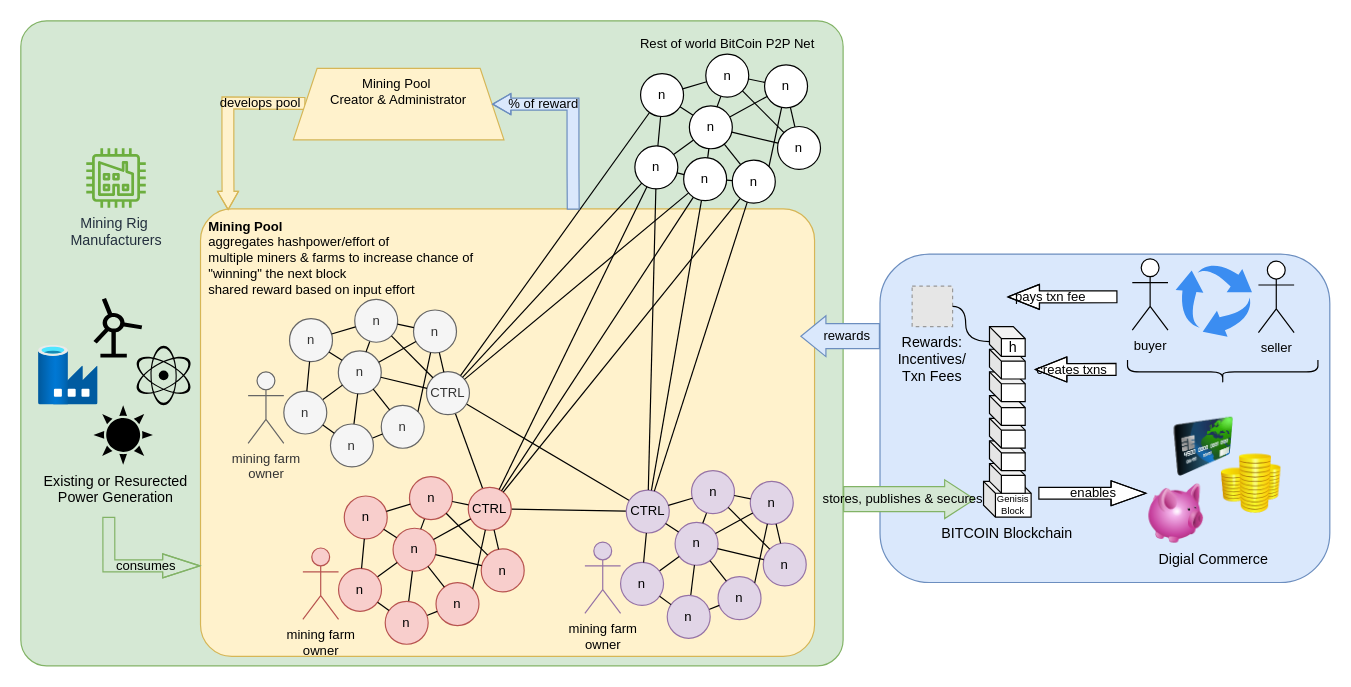
The draw.io diagram page "Stage 2 - Pools" (2 of 5) of source/macro.drawio in abs2023/tdocs, before the edit. Source tidied: cells renumbered, new cells numbered last; positions are measured from the earlier drawing's top-left corner, leaving out a move shared by most shapes. Both pictures are drawn from the tidied source at 119%, with x=0, y=0 at pixel (20, 20). Pictures stored in the file or linked from it are replaced by grey dashed boxes.
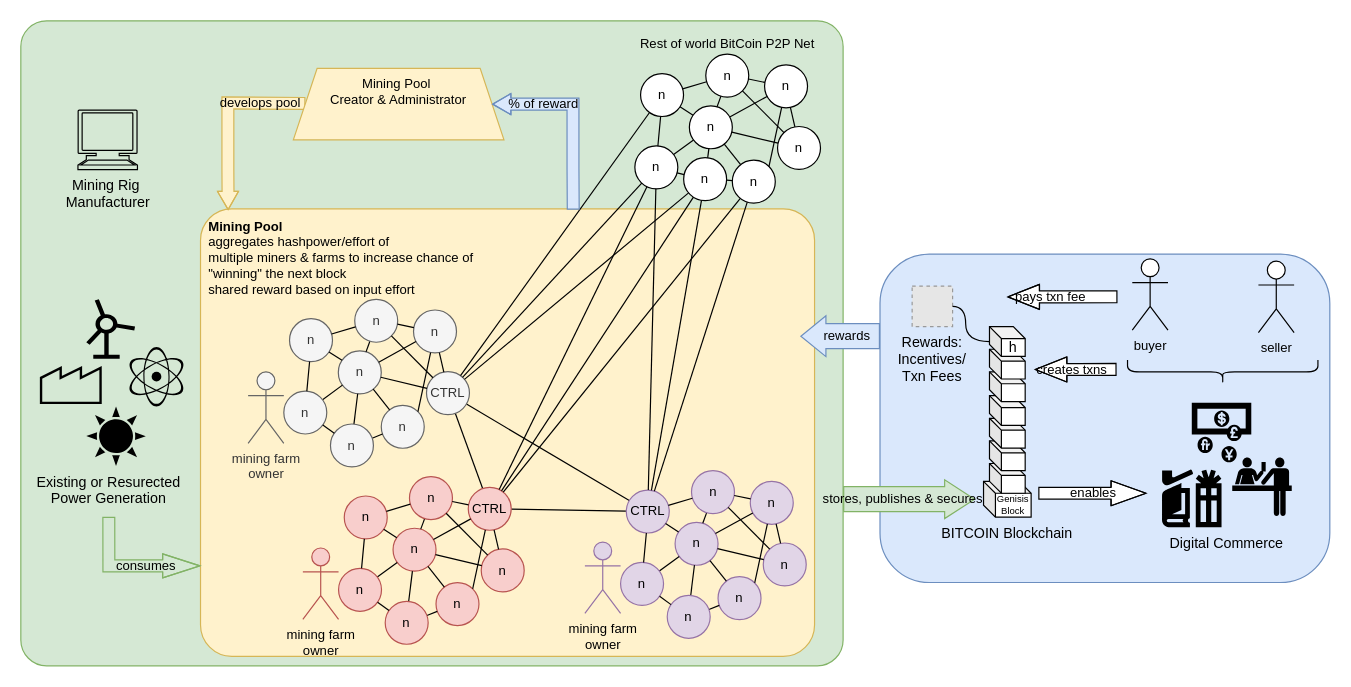
The same page after the edit.

Change to the diagram source:
```diff
@@
-    <mxCell id="4" value="Existing or Resurected&#10;Power Generation" style="group;labelPosition=center;verticalLabelPosition=bottom;align=center;verticalAlign=top;" parent="1" vertex="1">
-      <mxGeometry x="15" y="233" width="130" height="140" as="geometry" />
-    </mxCell>
-    <mxCell id="5" style="shape=mxgraph.signs.science.nuclear_2;html=1;fillColor=#000000;strokeColor=none;verticalLabelPosition=bottom;verticalAlign=top;align=center;sketch=0;fontSize=8;" parent="4" vertex="1">
-      <mxGeometry x="80" y="40" width="50" height="50" as="geometry" />
-    </mxCell>
-    <mxCell id="6" style="shape=mxgraph.signs.nature.sun_3;html=1;fillColor=#000000;strokeColor=none;verticalLabelPosition=bottom;verticalAlign=top;align=center;sketch=0;fontSize=8;" parent="4" vertex="1">
-      <mxGeometry x="46" y="90" width="50" height="50" as="geometry" />
-    </mxCell>
-    <mxCell id="7" style="html=1;align=center;image;fontSize=12;image=img/lib/azure2/databases/Data_Factory.svg;" parent="4" vertex="1">
-      <mxGeometry y="40" width="50" height="50" as="geometry" />
-    </mxCell>
-    <mxCell id="8" style="shape=mxgraph.signs.science.windmill;html=1;fillColor=#000000;strokeColor=none;verticalLabelPosition=bottom;verticalAlign=top;align=center;fontSize=8;" parent="4" vertex="1">
-      <mxGeometry x="46" width="41" height="50" as="geometry" />
-    </mxCell>
-    <mxCell id="9" value="Mining Rig&amp;nbsp;&lt;br&gt;Manufacturers" style="sketch=0;fontColor=#232F3E;gradientColor=none;fillColor=#6CAE3E;strokeColor=none;dashed=0;verticalLabelPosition=bottom;verticalAlign=top;align=center;html=1;fontSize=12;fontStyle=0;shape=mxgraph.aws4.factory;labelBackgroundColor=none;" parent="1" vertex="1">
-      <mxGeometry x="55" y="107" width="50" height="50" as="geometry" />
-    </mxCell>
@@
-    <mxCell id="129" value="Digial Commerce&#10;" style="group;labelPosition=center;verticalLabelPosition=bottom;align=center;verticalAlign=top;" parent="1" vertex="1">
-      <mxGeometry x="946" y="333" width="113" height="106" as="geometry" />
-    </mxCell>
-    <mxCell id="130" style="image;html=1;image=img/lib/clip_art/finance/Coins_128x128.png;fontSize=8;align=center;verticalAlign=bottom;" parent="129" vertex="1">
-      <mxGeometry x="63" y="31" width="50" height="50" as="geometry" />
-    </mxCell>
-    <mxCell id="131" style="image;html=1;image=img/lib/clip_art/finance/Piggy_Bank_128x128.png;fontSize=8;align=center;verticalAlign=bottom;" parent="129" vertex="1">
-      <mxGeometry y="56" width="50" height="50" as="geometry" />
-    </mxCell>
-    <mxCell id="132" style="image;html=1;image=img/lib/clip_art/finance/Credit_Card_128x128.png;fontSize=8;align=center;verticalAlign=bottom;" parent="129" vertex="1">
-      <mxGeometry x="23" width="50" height="50" as="geometry" />
-    </mxCell>
@@
-    <mxCell id="144" value="enables" style="shape=flexArrow;endArrow=classic;html=1;rounded=0;fontSize=11;endWidth=10;endSize=9.441666666666666;labelBackgroundColor=none;entryX=0;entryY=0.16;entryDx=0;entryDy=0;entryPerimeter=0;fillColor=#FFFFFF;" parent="1" edge="1" target="131">
+    <mxCell id="144" value="enables" style="shape=flexArrow;endArrow=classic;html=1;rounded=0;fontSize=11;endWidth=10;endSize=9.441666666666666;labelBackgroundColor=none;entryX=0;entryY=0.16;entryDx=0;entryDy=0;entryPerimeter=0;fillColor=#FFFFFF;" parent="1" edge="1">
       <mxGeometry x="705" y="-623" as="geometry">
         <mxPoint x="855" y="397" as="sourcePoint" />
+        <mxPoint x="946" y="397" as="targetPoint" />
         <Array as="points">
           <mxPoint x="885" y="397" />
         </Array>
       </mxGeometry>
     </mxCell>
@@
-    <mxCell id="150" style="sketch=0;html=1;strokeColor=none;shadow=0;align=center;verticalAlign=top;fillColor=#3B8DF1;shape=mxgraph.gcp2.arrow_cycle;labelBackgroundColor=none;fontSize=14;" parent="1" vertex="1">
-      <mxGeometry x="970.4" y="204.5" width="64.2" height="61" as="geometry" />
-    </mxCell>
@@
+    <mxCell id="153" value="Mining Rig&amp;nbsp;&lt;br&gt;Manufacturer" style="shape=mxgraph.signs.tech.computer;html=1;fillColor=#d5e8d4;strokeColor=default;verticalLabelPosition=bottom;verticalAlign=top;align=center;sketch=0;" parent="1" vertex="1">
+      <mxGeometry x="48" y="75" width="50" height="50" as="geometry" />
+    </mxCell>
+    <mxCell id="154" value="Digital Commerce" style="group;verticalAlign=top;labelPosition=center;verticalLabelPosition=bottom;align=center;" parent="1" vertex="1">
+      <mxGeometry x="959" y="321" width="109" height="104.5" as="geometry" />
+    </mxCell>
+    <mxCell id="155" style="shape=mxgraph.signs.travel.ticket_purchase;html=1;fillColor=#000000;strokeColor=none;verticalLabelPosition=bottom;verticalAlign=top;align=center;sketch=0;" parent="154" vertex="1">
+      <mxGeometry x="59" y="46" width="50" height="50" as="geometry" />
+    </mxCell>
+    <mxCell id="156" style="shape=mxgraph.signs.travel.currency_exchange;html=1;fillColor=#000000;strokeColor=none;verticalLabelPosition=bottom;verticalAlign=top;align=center;sketch=0;" parent="154" vertex="1">
+      <mxGeometry x="25" width="50" height="50" as="geometry" />
+    </mxCell>
+    <mxCell id="157" style="shape=mxgraph.signs.travel.shops;html=1;fillColor=#000000;strokeColor=none;verticalLabelPosition=bottom;verticalAlign=top;align=center;sketch=0;" parent="154" vertex="1">
+      <mxGeometry y="56" width="50" height="48.5" as="geometry" />
+    </mxCell>
+    <mxCell id="4" value="Existing or Resurected&#10;Power Generation" style="group;labelPosition=center;verticalLabelPosition=bottom;align=center;verticalAlign=top;" parent="1" vertex="1">
+      <mxGeometry x="9" y="234" width="130" height="140" as="geometry" />
+    </mxCell>
+    <mxCell id="5" style="shape=mxgraph.signs.science.nuclear_2;html=1;fillColor=#000000;strokeColor=none;verticalLabelPosition=bottom;verticalAlign=top;align=center;sketch=0;fontSize=8;" parent="4" vertex="1">
+      <mxGeometry x="80" y="40" width="50" height="50" as="geometry" />
+    </mxCell>
+    <mxCell id="6" style="shape=mxgraph.signs.nature.sun_3;html=1;fillColor=#000000;strokeColor=none;verticalLabelPosition=bottom;verticalAlign=top;align=center;sketch=0;fontSize=8;" parent="4" vertex="1">
+      <mxGeometry x="46" y="90" width="50" height="50" as="geometry" />
+    </mxCell>
+    <mxCell id="8" style="shape=mxgraph.signs.science.windmill;html=1;fillColor=#000000;strokeColor=none;verticalLabelPosition=bottom;verticalAlign=top;align=center;fontSize=8;" parent="4" vertex="1">
+      <mxGeometry x="46" width="41" height="50" as="geometry" />
+    </mxCell>
+    <mxCell id="158" value="&amp;nbsp;" style="strokeWidth=2;html=1;shape=mxgraph.lean_mapping.outside_sources;whiteSpace=wrap;align=center;fillColor=#d5e8d4;strokeColor=default;" parent="4" vertex="1">
+      <mxGeometry x="8" y="57" width="50" height="30" as="geometry" />
+    </mxCell>
```
